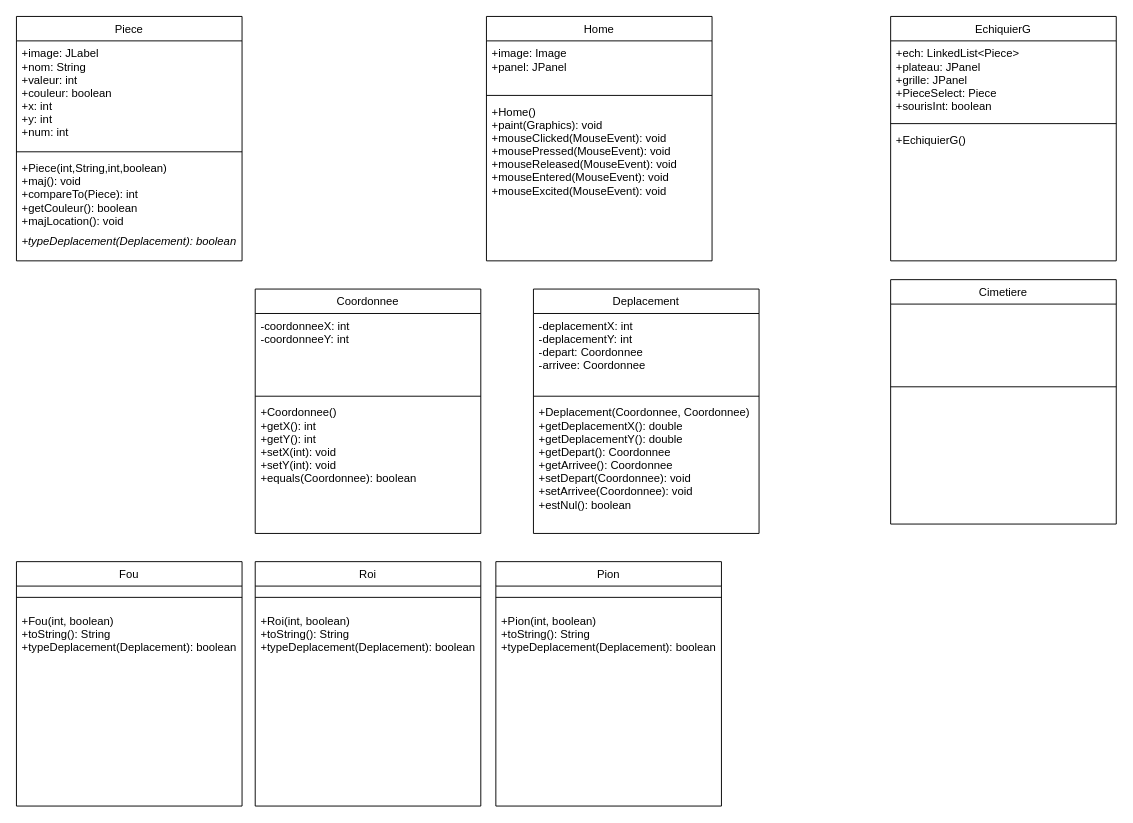
This is Untitled Diagram.drawio from HillelPa/chess, a draw.io file, before an edit. Source tidied: cells renumbered, new cells numbered last; positions are measured from the earlier drawing's top-left corner, leaving out a move shared by most shapes. Both pictures are drawn from the tidied source at 94%, with x=0, y=0 at pixel (16, 16).
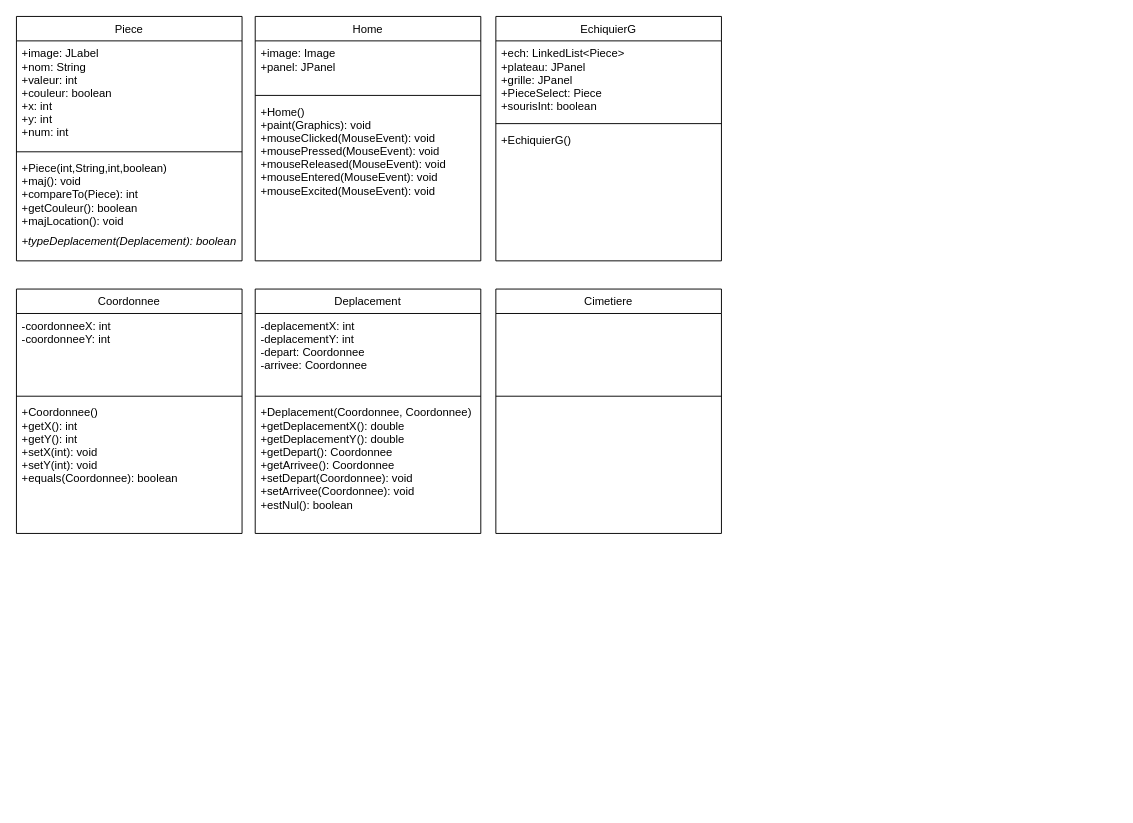
Above is the later version.

Diff of the diagram source:
```diff
@@
     <mxCell id="7" value="Home" style="swimlane;fontStyle=0;align=center;verticalAlign=top;horizontal=1;startSize=26;rounded=0;shadow=0;strokeWidth=1;" parent="1" vertex="1">
-      <mxGeometry x="500" width="240" height="260" as="geometry" />
+      <mxGeometry x="254" width="240" height="260" as="geometry" />
     </mxCell>
@@
     <mxCell id="11" value="EchiquierG" style="swimlane;fontStyle=0;align=center;verticalAlign=top;horizontal=1;startSize=26;rounded=0;shadow=0;strokeWidth=1;" parent="1" vertex="1">
-      <mxGeometry x="930" width="240" height="260" as="geometry" />
+      <mxGeometry x="510" width="240" height="260" as="geometry" />
     </mxCell>
@@
     <mxCell id="15" value="Coordonnee" style="swimlane;fontStyle=0;align=center;verticalAlign=top;horizontal=1;startSize=26;rounded=0;shadow=0;strokeWidth=1;" parent="1" vertex="1">
-      <mxGeometry x="254" y="290" width="240" height="260" as="geometry" />
+      <mxGeometry y="290" width="240" height="260" as="geometry" />
     </mxCell>
@@
     <mxCell id="19" value="Deplacement" style="swimlane;fontStyle=0;align=center;verticalAlign=top;horizontal=1;startSize=26;rounded=0;shadow=0;strokeWidth=1;" parent="1" vertex="1">
-      <mxGeometry x="550" y="290" width="240" height="260" as="geometry" />
+      <mxGeometry x="254" y="290" width="240" height="260" as="geometry" />
     </mxCell>
@@
     <mxCell id="23" value="Cimetiere" style="swimlane;fontStyle=0;align=center;verticalAlign=top;horizontal=1;startSize=26;rounded=0;shadow=0;strokeWidth=1;" parent="1" vertex="1">
-      <mxGeometry x="930" y="280" width="240" height="260" as="geometry" />
+      <mxGeometry x="510" y="290" width="240" height="260" as="geometry" />
     </mxCell>
@@
-    <mxCell id="26" value="Fou" style="swimlane;fontStyle=0;align=center;verticalAlign=top;horizontal=1;startSize=26;rounded=0;shadow=0;strokeWidth=1;" parent="1" vertex="1">
-      <mxGeometry y="580" width="240" height="260" as="geometry" />
-    </mxCell>
-    <mxCell id="27" style="line;html=1;strokeWidth=1;align=left;verticalAlign=middle;spacingTop=-1;spacingLeft=3;spacingRight=3;labelPosition=right;" parent="26" vertex="1">
-      <mxGeometry y="26" width="240" height="24" as="geometry" />
-    </mxCell>
-    <mxCell id="28" value="+Fou(int, boolean)&#10;+toString(): String&#10;+typeDeplacement(Deplacement): boolean&#10;" style="text;align=left;verticalAlign=top;spacingLeft=4;spacingRight=4;overflow=hidden;fontStyle=0;" parent="26" vertex="1">
-      <mxGeometry y="50" width="240" height="142" as="geometry" />
-    </mxCell>
-    <mxCell id="29" value="Roi" style="swimlane;fontStyle=0;align=center;verticalAlign=top;horizontal=1;startSize=26;rounded=0;shadow=0;strokeWidth=1;" parent="1" vertex="1">
-      <mxGeometry x="254" y="580" width="240" height="260" as="geometry" />
-    </mxCell>
-    <mxCell id="30" style="line;html=1;strokeWidth=1;align=left;verticalAlign=middle;spacingTop=-1;spacingLeft=3;spacingRight=3;labelPosition=right;" parent="29" vertex="1">
-      <mxGeometry y="26" width="240" height="24" as="geometry" />
-    </mxCell>
-    <mxCell id="31" value="+Roi(int, boolean)&#10;+toString(): String&#10;+typeDeplacement(Deplacement): boolean&#10;" style="text;align=left;verticalAlign=top;spacingLeft=4;spacingRight=4;overflow=hidden;fontStyle=0;" parent="29" vertex="1">
-      <mxGeometry y="50" width="240" height="142" as="geometry" />
-    </mxCell>
-    <mxCell id="32" value="Pion" style="swimlane;fontStyle=0;align=center;verticalAlign=top;horizontal=1;startSize=26;rounded=0;shadow=0;strokeWidth=1;" parent="1" vertex="1">
-      <mxGeometry x="510" y="580" width="240" height="260" as="geometry" />
-    </mxCell>
-    <mxCell id="33" style="line;html=1;strokeWidth=1;align=left;verticalAlign=middle;spacingTop=-1;spacingLeft=3;spacingRight=3;labelPosition=right;" parent="32" vertex="1">
-      <mxGeometry y="26" width="240" height="24" as="geometry" />
-    </mxCell>
-    <mxCell id="34" value="+Pion(int, boolean)&#10;+toString(): String&#10;+typeDeplacement(Deplacement): boolean&#10;" style="text;align=left;verticalAlign=top;spacingLeft=4;spacingRight=4;overflow=hidden;fontStyle=0;" parent="32" vertex="1">
-      <mxGeometry y="50" width="240" height="142" as="geometry" />
-    </mxCell>
```
